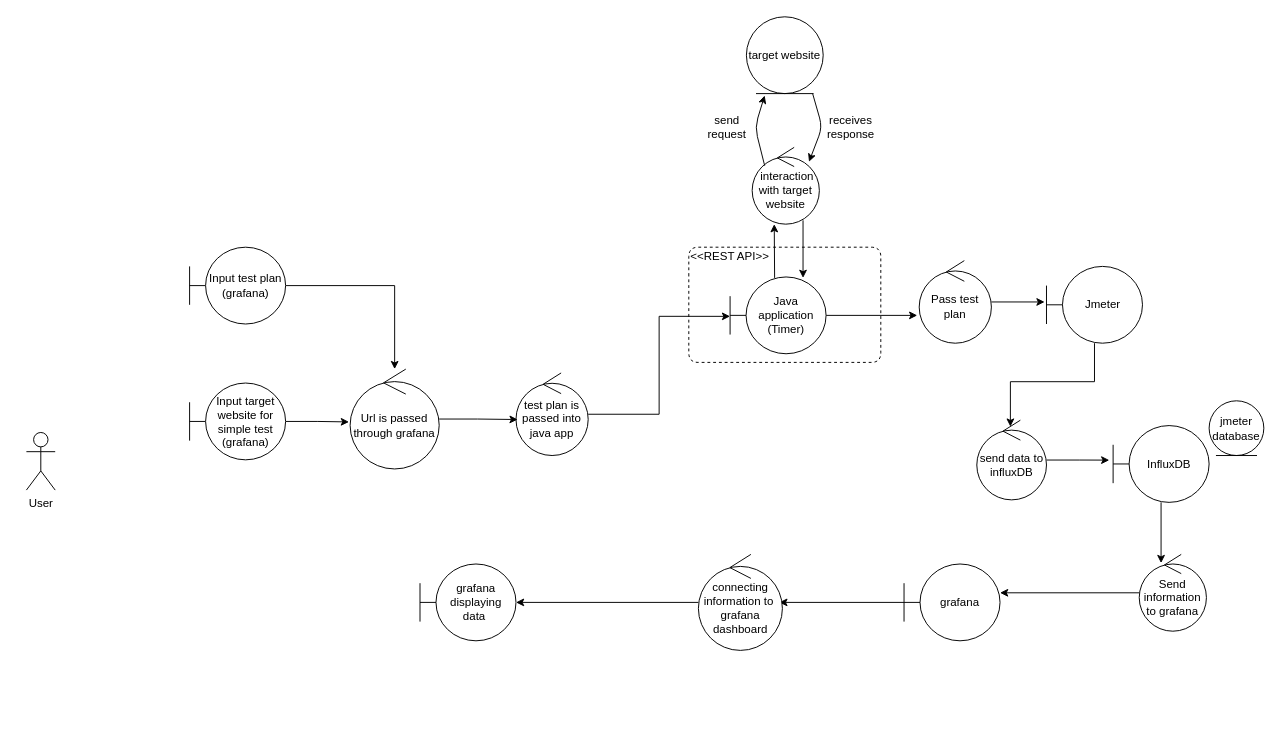
This is Documentation/Diagrams/robustness_diagrams/robustnessDiagramV3.0.drawio from ruipinto17/IndustrialConsultingProject-COM617, a draw.io file, before an edit. Source tidied: cells renumbered, new cells numbered last; positions are measured from the earlier drawing's top-left corner, leaving out a move shared by most shapes. Both pictures are drawn from the tidied source at 96%, with x=0, y=0 at pixel (26, 16).
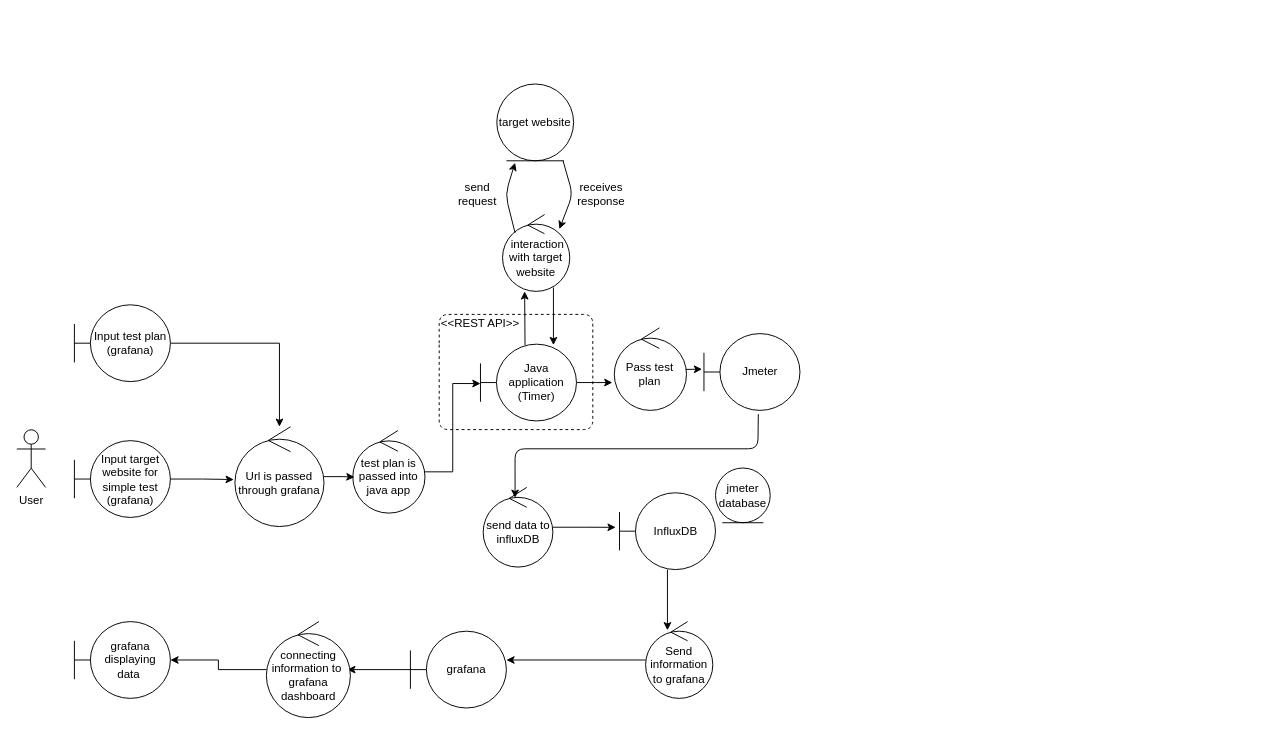
After the change.

What changed in the source:
```diff
@@
     <mxCell id="2" value="User&lt;br&gt;" style="shape=umlActor;verticalLabelPosition=bottom;verticalAlign=top;html=1;" parent="1" vertex="1">
-      <mxGeometry y="433" width="30" height="60" as="geometry" />
+      <mxGeometry x="-10" y="430.2" width="30" height="60" as="geometry" />
     </mxCell>
@@
     <mxCell id="4" value="Input test plan&lt;br&gt;(grafana)" style="shape=umlBoundary;whiteSpace=wrap;html=1;" parent="1" vertex="1">
-      <mxGeometry x="170" y="240" width="100" height="80" as="geometry" />
+      <mxGeometry x="50" y="300" width="100" height="80" as="geometry" />
     </mxCell>
@@
     <mxCell id="6" value="test plan is passed into java app" style="ellipse;shape=umlControl;whiteSpace=wrap;html=1;" parent="1" vertex="1">
-      <mxGeometry x="510" y="371" width="75.2" height="86" as="geometry" />
+      <mxGeometry x="340" y="431" width="75.2" height="86" as="geometry" />
     </mxCell>
@@
     <mxCell id="8" value="Java application&lt;br&gt;(Timer)" style="shape=umlBoundary;whiteSpace=wrap;html=1;" parent="1" vertex="1">
-      <mxGeometry x="733" y="271" width="100" height="80" as="geometry" />
+      <mxGeometry x="473" y="341" width="100" height="80" as="geometry" />
     </mxCell>
     <mxCell id="9" value="&amp;nbsp;interaction with target website" style="ellipse;shape=umlControl;whiteSpace=wrap;html=1;" parent="1" vertex="1">
-      <mxGeometry x="756" y="136" width="70" height="80" as="geometry" />
+      <mxGeometry x="496" y="206" width="70" height="80" as="geometry" />
     </mxCell>
     <mxCell id="10" value="target website" style="ellipse;shape=umlEntity;whiteSpace=wrap;html=1;" parent="1" vertex="1">
-      <mxGeometry x="750" width="80" height="80" as="geometry" />
+      <mxGeometry x="490" y="70" width="80" height="80" as="geometry" />
     </mxCell>
     <mxCell id="11" style="endArrow=classic;html=1;entryX=0.846;entryY=0.188;entryDx=0;entryDy=0;entryPerimeter=0;" parent="1" edge="1" target="9">
       <mxGeometry relative="1" as="geometry">
-        <mxPoint x="819" y="80" as="sourcePoint" />
+        <mxPoint x="559" y="150" as="sourcePoint" />
         <Array as="points">
-          <mxPoint x="829" y="115" />
+          <mxPoint x="569" y="185" />
         </Array>
       </mxGeometry>
     </mxCell>
     <mxCell id="12" style="endArrow=classic;html=1;exitX=0.186;exitY=0.238;exitDx=0;exitDy=0;exitPerimeter=0;" parent="1" edge="1" source="9">
       <mxGeometry relative="1" as="geometry">
-        <mxPoint x="769" y="82" as="targetPoint" />
+        <mxPoint x="509" y="152" as="targetPoint" />
         <Array as="points">
-          <mxPoint x="759" y="115" />
+          <mxPoint x="499" y="185" />
         </Array>
       </mxGeometry>
     </mxCell>
     <mxCell id="13" value="send request" style="text;html=1;strokeColor=none;fillColor=none;align=center;verticalAlign=middle;whiteSpace=wrap;rounded=0;" parent="1" vertex="1">
-      <mxGeometry x="710" y="105" width="40" height="20" as="geometry" />
+      <mxGeometry x="450" y="175" width="40" height="20" as="geometry" />
     </mxCell>
     <mxCell id="14" style="endArrow=classic;html=1;entryX=0.495;entryY=0.988;entryDx=0;entryDy=0;entryPerimeter=0;" parent="1" edge="1">
       <mxGeometry relative="1" as="geometry">
-        <mxPoint x="779.4" y="272" as="sourcePoint" />
-        <mxPoint x="779" y="216" as="targetPoint" />
+        <mxPoint x="519.4" y="342" as="sourcePoint" />
+        <mxPoint x="519" y="286" as="targetPoint" />
       </mxGeometry>
     </mxCell>
     <mxCell id="15" value="receives response" style="text;html=1;strokeColor=none;fillColor=none;align=center;verticalAlign=middle;whiteSpace=wrap;rounded=0;" parent="1" vertex="1">
-      <mxGeometry x="839" y="105" width="40" height="20" as="geometry" />
+      <mxGeometry x="579" y="175" width="40" height="20" as="geometry" />
     </mxCell>
     <mxCell id="16" style="endArrow=classic;html=1;entryX=0.495;entryY=0.988;entryDx=0;entryDy=0;entryPerimeter=0;" parent="1" edge="1">
       <mxGeometry relative="1" as="geometry">
-        <mxPoint x="809" y="212" as="sourcePoint" />
-        <mxPoint x="809" y="272" as="targetPoint" />
+        <mxPoint x="549" y="282" as="sourcePoint" />
+        <mxPoint x="549" y="342" as="targetPoint" />
       </mxGeometry>
     </mxCell>
@@
     <mxCell id="18" value="send data to influxDB" style="ellipse;shape=umlControl;whiteSpace=wrap;html=1;" parent="1" vertex="1">
-      <mxGeometry x="990" y="420.2" width="72.6" height="83" as="geometry" />
+      <mxGeometry x="475.8" y="490.2" width="72.6" height="83" as="geometry" />
     </mxCell>
@@
     <mxCell id="20" value="InfluxDB" style="shape=umlBoundary;whiteSpace=wrap;html=1;" parent="1" vertex="1">
-      <mxGeometry x="1132" y="425.8" width="100" height="80" as="geometry" />
+      <mxGeometry x="617.8" y="495.8" width="100" height="80" as="geometry" />
     </mxCell>
     <mxCell id="21" value="jmeter database" style="ellipse;shape=umlEntity;whiteSpace=wrap;html=1;" parent="1" vertex="1">
-      <mxGeometry x="1232" y="400" width="57" height="57" as="geometry" />
+      <mxGeometry x="717.8" y="470" width="57" height="57" as="geometry" />
     </mxCell>
@@
     <mxCell id="23" value="Send information to grafana" style="ellipse;shape=umlControl;whiteSpace=wrap;html=1;" parent="1" vertex="1">
-      <mxGeometry x="1159.2" y="560" width="70" height="80" as="geometry" />
+      <mxGeometry x="645" y="630" width="70" height="80" as="geometry" />
     </mxCell>
@@
     <mxCell id="25" value="grafana" style="shape=umlBoundary;whiteSpace=wrap;html=1;" parent="1" vertex="1">
-      <mxGeometry x="914.2" y="570" width="100" height="80" as="geometry" />
+      <mxGeometry x="400" y="640" width="100" height="80" as="geometry" />
     </mxCell>
     <mxCell id="26" value="grafana displaying&lt;br&gt;data&amp;nbsp;" style="shape=umlBoundary;whiteSpace=wrap;html=1;" parent="1" vertex="1">
-      <mxGeometry x="410" y="570" width="100" height="80" as="geometry" />
+      <mxGeometry x="50" y="630" width="100" height="80" as="geometry" />
     </mxCell>
@@
     <mxCell id="28" value="connecting information to&amp;nbsp; grafana dashboard" style="ellipse;shape=umlControl;whiteSpace=wrap;html=1;" parent="1" vertex="1">
-      <mxGeometry x="700" y="560" width="87.5" height="100" as="geometry" />
+      <mxGeometry x="250" y="630" width="87.5" height="100" as="geometry" />
     </mxCell>
@@
     <mxCell id="30" value="Input target website for simple test&lt;br&gt;(grafana)" style="shape=umlBoundary;whiteSpace=wrap;html=1;" parent="1" vertex="1">
-      <mxGeometry x="170" y="381.5" width="100" height="80" as="geometry" />
+      <mxGeometry x="50" y="441.5" width="100" height="80" as="geometry" />
     </mxCell>
@@
     <mxCell id="32" value="Url is passed through grafana" style="ellipse;shape=umlControl;whiteSpace=wrap;html=1;" parent="1" vertex="1">
-      <mxGeometry x="337.2" y="367" width="92.8" height="104" as="geometry" />
+      <mxGeometry x="217.2" y="427" width="92.8" height="104" as="geometry" />
     </mxCell>
     <mxCell id="33" style="endArrow=none;dashed=1;html=1;" parent="1" edge="1">
       <mxGeometry relative="1" as="geometry">
-        <mxPoint x="690" y="270" as="sourcePoint" />
-        <mxPoint x="690" y="270" as="targetPoint" />
+        <mxPoint x="430" y="340" as="sourcePoint" />
+        <mxPoint x="430" y="340" as="targetPoint" />
         <Array as="points">
-          <mxPoint x="690" y="240" />
-          <mxPoint x="890" y="240" />
-          <mxPoint x="890" y="360" />
-          <mxPoint x="690" y="360" />
+          <mxPoint x="430" y="310" />
+          <mxPoint x="590" y="310" />
+          <mxPoint x="590" y="430" />
+          <mxPoint x="430" y="430" />
         </Array>
       </mxGeometry>
     </mxCell>
     <mxCell id="34" value="&amp;lt;&amp;lt;REST API&amp;gt;&amp;gt;" style="text;html=1;strokeColor=none;fillColor=none;align=center;verticalAlign=middle;whiteSpace=wrap;rounded=0;" parent="1" vertex="1">
-      <mxGeometry x="680" y="240" width="105.8" height="20" as="geometry" />
+      <mxGeometry x="420" y="310" width="105.8" height="20" as="geometry" />
     </mxCell>
-    <mxCell id="35" style="edgeStyle=orthogonalEdgeStyle;rounded=0;jettySize=auto;html=1;entryX=0.482;entryY=0.081;entryDx=0;entryDy=0;entryPerimeter=0;" parent="1" edge="1" source="36" target="18">
-      <mxGeometry relative="1" as="geometry" />
-    </mxCell>
     <mxCell id="36" value="Jmeter" style="shape=umlBoundary;whiteSpace=wrap;html=1;" parent="1" vertex="1">
-      <mxGeometry x="1062.6" y="260" width="100" height="80" as="geometry" />
+      <mxGeometry x="705.8" y="330" width="100" height="80" as="geometry" />
     </mxCell>
-    <mxCell id="37" style="edgeStyle=orthogonalEdgeStyle;rounded=0;jettySize=auto;html=1;entryX=-0.02;entryY=0.463;entryDx=0;entryDy=0;entryPerimeter=0;" parent="1" edge="1" source="38" target="36">
-      <mxGeometry relative="1" as="geometry" />
+    <mxCell id="37" style="edgeStyle=orthogonalEdgeStyle;rounded=0;jettySize=auto;html=1;entryX=-0.02;entryY=0.463;entryDx=0;entryDy=0;entryPerimeter=0;" parent="1" edge="1" target="36">
+      <mxGeometry relative="1" as="geometry">
+        <mxPoint x="645" y="367" as="sourcePoint" />
+      </mxGeometry>
     </mxCell>
     <mxCell id="38" value="Pass test plan" style="ellipse;shape=umlControl;whiteSpace=wrap;html=1;" parent="1" vertex="1">
-      <mxGeometry x="930" y="254" width="75.2" height="86" as="geometry" />
+      <mxGeometry x="612.4" y="324" width="75.2" height="86" as="geometry" />
     </mxCell>
+    <mxCell id="35" style="endArrow=classic;html=1;exitX=0.566;exitY=1.05;exitDx=0;exitDy=0;exitPerimeter=0;entryX=0.458;entryY=0.13;entryDx=0;entryDy=0;entryPerimeter=0;" parent="1" edge="1" source="36" target="18">
+      <mxGeometry relative="1" as="geometry">
+        <Array as="points">
+          <mxPoint x="762" y="450" />
+          <mxPoint x="509" y="450" />
+        </Array>
+      </mxGeometry>
+    </mxCell>
```
